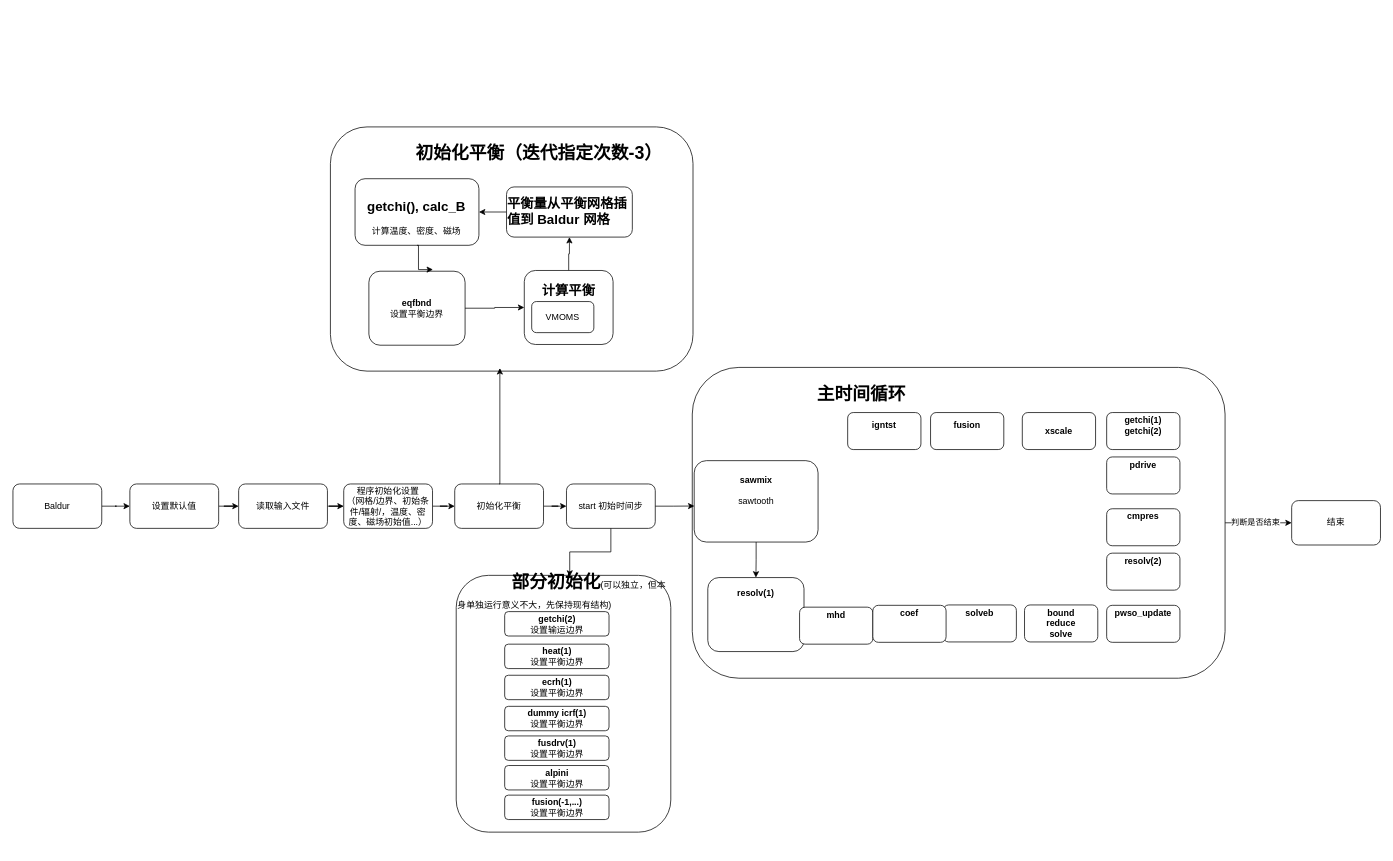
This is page "050825" (7 of 7) of Baldur.drawio from jiaxing-liu/flowchart, a draw.io file, before an edit. Source tidied: cells renumbered, new cells numbered last; positions are measured from the earlier drawing's top-left corner, leaving out a move shared by most shapes. Both pictures are drawn from the tidied source at 74%, with x=0, y=0 at pixel (13, 13).
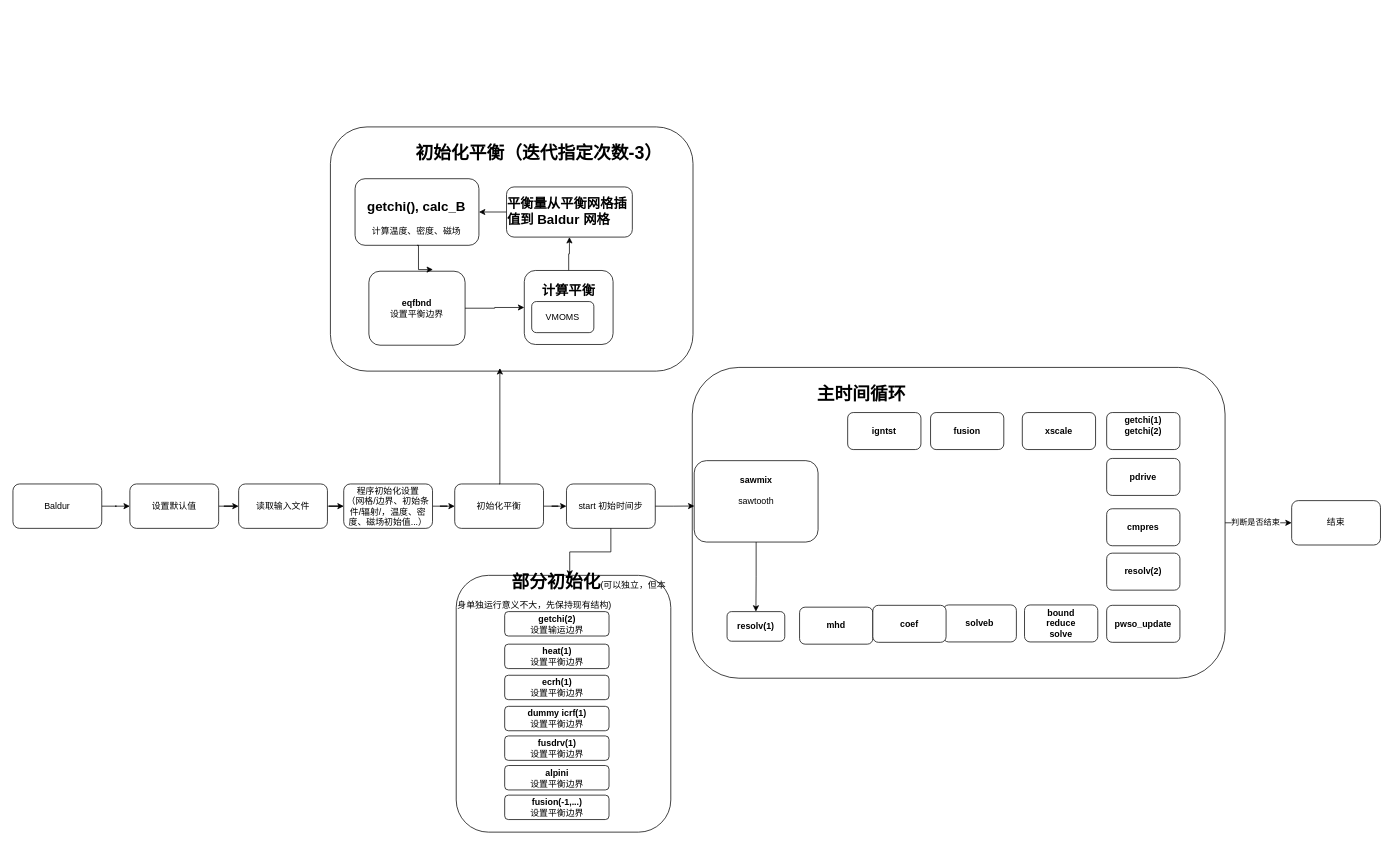
Above is the later version.

Unchanged cells that the change refers to:
```xml
<mxCell id="5" style="group;" parent="1" vertex="1">
  <mxGeometry x="938" y="527" width="525" height="450" as="geometry" />
</mxCell>
<mxCell id="7" style="group;" parent="6" vertex="1">
  <mxGeometry width="130" height="100" as="geometry" />
</mxCell>
<mxCell id="15" style="group;" parent="14" vertex="1">
  <mxGeometry width="99" height="50" as="geometry" />
</mxCell>
<mxCell id="70" style="group;" parent="69" vertex="1">
  <mxGeometry width="99" height="50" as="geometry" />
</mxCell>
<mxCell id="73" style="group;" parent="72" vertex="1">
  <mxGeometry width="99" height="50" as="geometry" />
</mxCell>
<mxCell id="76" style="group;" parent="75" vertex="1">
  <mxGeometry width="99" height="50" as="geometry" />
</mxCell>
<mxCell id="79" style="group;" parent="78" vertex="1">
  <mxGeometry width="99" height="50" as="geometry" />
</mxCell>
<mxCell id="82" style="group;" parent="81" vertex="1">
  <mxGeometry width="99" height="50" as="geometry" />
</mxCell>
<mxCell id="85" style="group;" parent="84" vertex="1">
  <mxGeometry width="99" height="50" as="geometry" />
</mxCell>
```

Change to the diagram source:
```diff
@@
-    <mxCell id="8" value="&lt;div&gt;&lt;b&gt;resolv(1)&lt;/b&gt;&lt;/div&gt;&lt;div&gt;&lt;b&gt;&lt;br&gt;&lt;/b&gt;&lt;/div&gt;&lt;div style=&quot;text-align: left;&quot;&gt;&lt;b&gt;&amp;nbsp; &lt;br&gt;&lt;/b&gt;&lt;/div&gt;&lt;div style=&quot;text-align: left;&quot;&gt;&lt;b&gt;&lt;br&gt;&lt;/b&gt;&lt;/div&gt;&lt;div style=&quot;text-align: left;&quot;&gt;&lt;b&gt;&lt;br&gt;&lt;/b&gt;&lt;/div&gt;" style="rounded=1;whiteSpace=wrap;html=1;" parent="7" vertex="1">
-      <mxGeometry width="130" height="100" as="geometry" />
+    <mxCell id="8" value="&lt;div&gt;&lt;b&gt;resolv(1)&lt;/b&gt;&lt;/div&gt;" style="rounded=1;whiteSpace=wrap;html=1;" parent="7" vertex="1">
+      <mxGeometry x="26" y="46" width="78" height="40" as="geometry" />
     </mxCell>
@@
-    <mxCell id="16" value="&lt;div&gt;&lt;b&gt;solveb&lt;/b&gt;&lt;/div&gt;&lt;div&gt;&lt;b&gt;&lt;br&gt;&lt;/b&gt;&lt;/div&gt;&lt;div style=&quot;text-align: left;&quot;&gt;&lt;b&gt;&amp;nbsp; &lt;br&gt;&lt;/b&gt;&lt;/div&gt;" style="rounded=1;whiteSpace=wrap;html=1;" parent="15" vertex="1">
+    <mxCell id="16" value="&lt;div&gt;&lt;b&gt;solveb&lt;/b&gt;&lt;/div&gt;" style="rounded=1;whiteSpace=wrap;html=1;" parent="15" vertex="1">
       <mxGeometry width="99" height="50" as="geometry" />
     </mxCell>
@@
-    <mxCell id="18" value="&lt;div&gt;&lt;b&gt;igntst&lt;/b&gt;&lt;/div&gt;&lt;div&gt;&lt;b&gt;&lt;br&gt;&lt;/b&gt;&lt;/div&gt;" style="rounded=1;whiteSpace=wrap;html=1;" parent="5" vertex="1">
+    <mxCell id="18" value="&lt;div&gt;&lt;b&gt;igntst&lt;/b&gt;&lt;/div&gt;" style="rounded=1;whiteSpace=wrap;html=1;" parent="5" vertex="1">
       <mxGeometry x="190" y="13" width="99" height="50" as="geometry" />
     </mxCell>
@@
-    <mxCell id="71" value="&lt;div&gt;&lt;b&gt;mhd&lt;/b&gt;&lt;/div&gt;&lt;div&gt;&lt;b&gt;&lt;br&gt;&lt;/b&gt;&lt;/div&gt;&lt;div style=&quot;text-align: left;&quot;&gt;&lt;b&gt;&amp;nbsp; &lt;br&gt;&lt;/b&gt;&lt;/div&gt;" style="rounded=1;whiteSpace=wrap;html=1;" parent="70" vertex="1">
+    <mxCell id="71" value="&lt;div&gt;&lt;b&gt;mhd&lt;/b&gt;&lt;/div&gt;" style="rounded=1;whiteSpace=wrap;html=1;" parent="70" vertex="1">
       <mxGeometry width="99" height="50" as="geometry" />
     </mxCell>
@@
-    <mxCell id="74" value="&lt;div&gt;&lt;b&gt;coef&lt;/b&gt;&lt;/div&gt;&lt;div&gt;&lt;b&gt;&lt;br&gt;&lt;/b&gt;&lt;/div&gt;&lt;div style=&quot;text-align: left;&quot;&gt;&lt;b&gt;&amp;nbsp; &lt;br&gt;&lt;/b&gt;&lt;/div&gt;" style="rounded=1;whiteSpace=wrap;html=1;" parent="73" vertex="1">
+    <mxCell id="74" value="&lt;div&gt;&lt;b&gt;coef&lt;/b&gt;&lt;/div&gt;" style="rounded=1;whiteSpace=wrap;html=1;" parent="73" vertex="1">
       <mxGeometry width="99" height="50" as="geometry" />
     </mxCell>
@@
-    <mxCell id="77" value="&lt;div&gt;&lt;b&gt;pwso_update&lt;/b&gt;&lt;/div&gt;&lt;div&gt;&lt;b&gt;&lt;br&gt;&lt;/b&gt;&lt;/div&gt;&lt;div style=&quot;text-align: left;&quot;&gt;&lt;b&gt;&amp;nbsp; &lt;br&gt;&lt;/b&gt;&lt;/div&gt;" style="rounded=1;whiteSpace=wrap;html=1;" parent="76" vertex="1">
+    <mxCell id="77" value="&lt;div&gt;&lt;b&gt;pwso_update&lt;/b&gt;&lt;/div&gt;" style="rounded=1;whiteSpace=wrap;html=1;" parent="76" vertex="1">
       <mxGeometry width="99" height="50" as="geometry" />
     </mxCell>
@@
-    <mxCell id="80" value="&lt;div&gt;&lt;b&gt;resolv(2)&lt;/b&gt;&lt;/div&gt;&lt;div&gt;&lt;b&gt;&lt;br&gt;&lt;/b&gt;&lt;/div&gt;&lt;div style=&quot;text-align: left;&quot;&gt;&lt;b&gt;&amp;nbsp; &lt;br&gt;&lt;/b&gt;&lt;/div&gt;" style="rounded=1;whiteSpace=wrap;html=1;" parent="79" vertex="1">
+    <mxCell id="80" value="&lt;div&gt;&lt;b&gt;resolv(2)&lt;/b&gt;&lt;/div&gt;" style="rounded=1;whiteSpace=wrap;html=1;" parent="79" vertex="1">
       <mxGeometry width="99" height="50" as="geometry" />
     </mxCell>
@@
-    <mxCell id="83" value="&lt;div&gt;&lt;b&gt;cmpres&lt;/b&gt;&lt;/div&gt;&lt;div&gt;&lt;b&gt;&lt;br&gt;&lt;/b&gt;&lt;/div&gt;&lt;div style=&quot;text-align: left;&quot;&gt;&lt;b&gt;&amp;nbsp; &lt;br&gt;&lt;/b&gt;&lt;/div&gt;" style="rounded=1;whiteSpace=wrap;html=1;" parent="82" vertex="1">
+    <mxCell id="83" value="&lt;div&gt;&lt;b&gt;cmpres&lt;/b&gt;&lt;/div&gt;" style="rounded=1;whiteSpace=wrap;html=1;" parent="82" vertex="1">
       <mxGeometry width="99" height="50" as="geometry" />
     </mxCell>
@@
-    <mxCell id="86" value="&lt;div&gt;&lt;b&gt;pdrive&lt;/b&gt;&lt;/div&gt;&lt;div&gt;&lt;b&gt;&lt;br&gt;&lt;/b&gt;&lt;/div&gt;&lt;div style=&quot;text-align: left;&quot;&gt;&lt;b&gt;&amp;nbsp; &lt;br&gt;&lt;/b&gt;&lt;/div&gt;" style="rounded=1;whiteSpace=wrap;html=1;" parent="85" vertex="1">
-      <mxGeometry width="99" height="50" as="geometry" />
+    <mxCell id="86" value="&lt;div&gt;&lt;b&gt;pdrive&lt;/b&gt;&lt;/div&gt;" style="rounded=1;whiteSpace=wrap;html=1;" parent="85" vertex="1">
+      <mxGeometry y="2" width="99" height="50" as="geometry" />
     </mxCell>
@@
-    <mxCell id="88" value="&lt;div&gt;&lt;b&gt;fusion&lt;/b&gt;&lt;/div&gt;&lt;div&gt;&lt;b&gt;&lt;br&gt;&lt;/b&gt;&lt;/div&gt;" style="rounded=1;whiteSpace=wrap;html=1;" parent="1" vertex="1">
+    <mxCell id="88" value="&lt;div&gt;&lt;b&gt;fusion&lt;/b&gt;&lt;/div&gt;" style="rounded=1;whiteSpace=wrap;html=1;" parent="1" vertex="1">
       <mxGeometry x="1240" y="540" width="99" height="50" as="geometry" />
     </mxCell>
```
